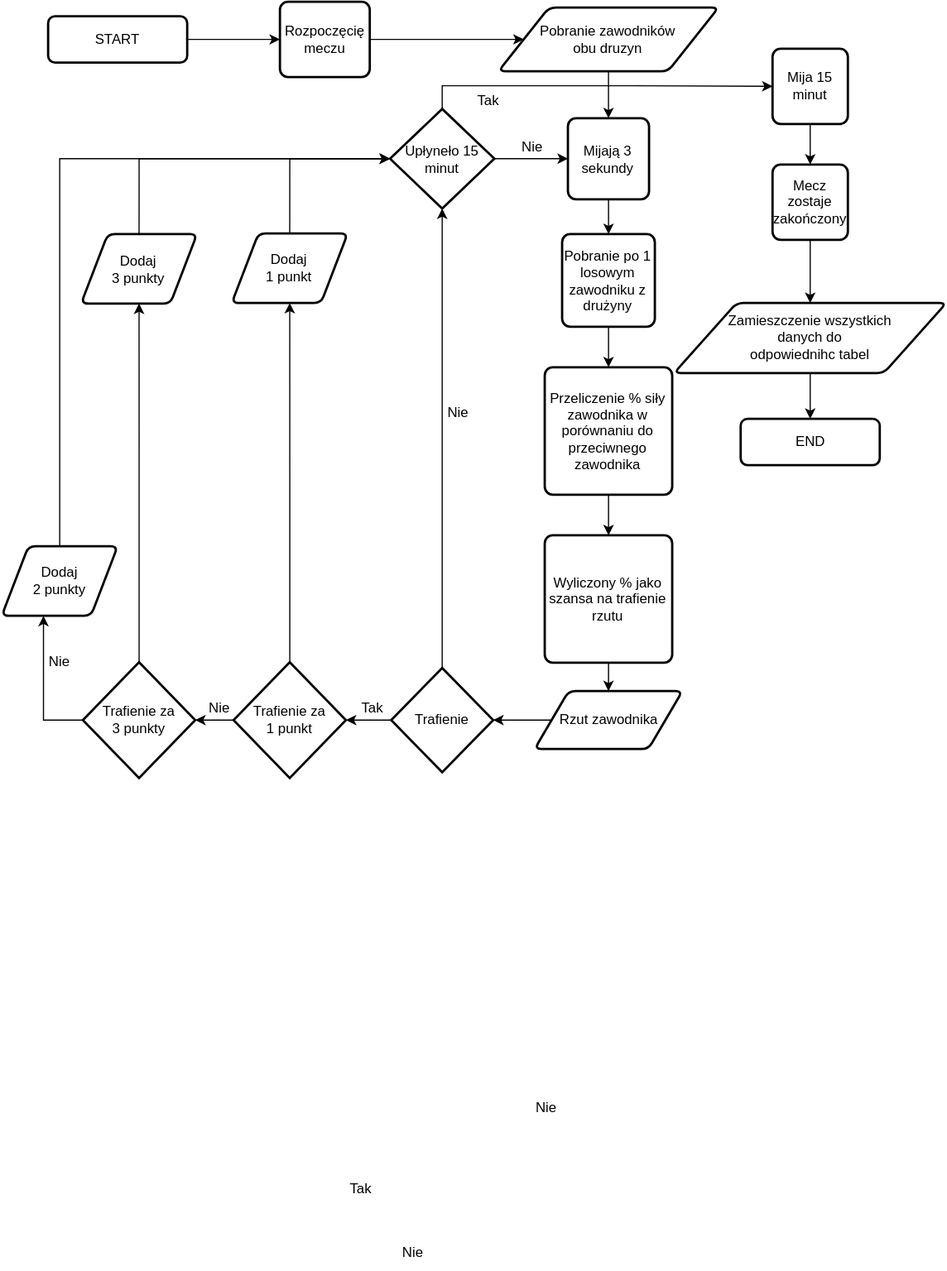
This is Match_Algorithm.svg from KrystianGaluszka/PracaDyplomowa, a draw.io export, as it was before one commit. Source tidied: cells renumbered, new cells last; positions are measured from the earlier drawing's top-left corner, leaving out a move shared by most shapes.
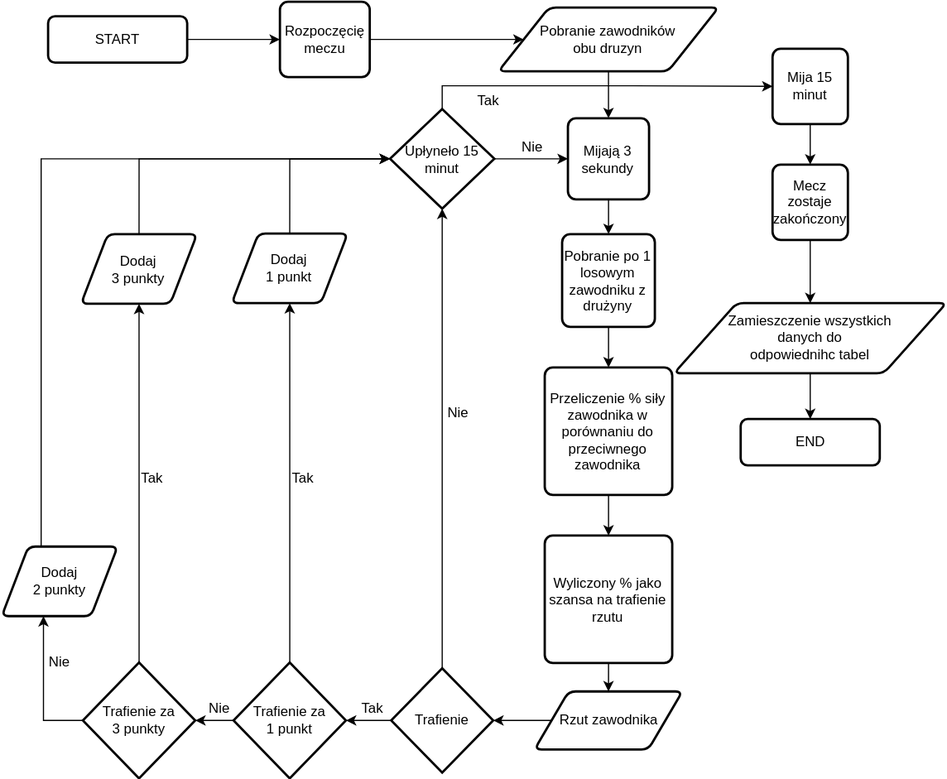
The same file after the commit.

Change to the diagram source:
```diff
@@ -98,12 +98,9 @@
       <mxGeometry x="198.5" y="200" width="100" height="60" as="geometry" />
     </mxCell>
     <mxCell id="33" value="Tak" style="text;html=1;strokeColor=none;fillColor=none;align=center;verticalAlign=middle;whiteSpace=wrap;rounded=0;" parent="1" vertex="1">
-      <mxGeometry x="280" y="1010" width="60" height="30" as="geometry" />
+      <mxGeometry x="230" y="395.5" width="60" height="30" as="geometry" />
     </mxCell>
-    <mxCell id="34" value="Nie" style="text;html=1;strokeColor=none;fillColor=none;align=center;verticalAlign=middle;whiteSpace=wrap;rounded=0;" parent="1" vertex="1">
-      <mxGeometry x="440" y="940" width="60" height="30" as="geometry" />
-    </mxCell>
-    <mxCell id="35" style="edgeStyle=orthogonalEdgeStyle;rounded=0;jettySize=auto;html=1;entryX=0;entryY=0.5;entryDx=0;entryDy=0;exitX=0.5;exitY=0;exitDx=0;exitDy=0;" parent="1" edge="1" source="36" target="47">
+    <mxCell id="35" style="edgeStyle=orthogonalEdgeStyle;rounded=0;jettySize=auto;html=1;entryX=0;entryY=0.5;entryDx=0;entryDy=0;exitX=0.34;exitY=0.017;exitDx=0;exitDy=0;exitPerimeter=0;" parent="1" edge="1" source="36" target="47">
       <mxGeometry relative="1" as="geometry" />
     </mxCell>
     <mxCell id="36" value="Dodaj &lt;br&gt;2 punkty" style="shape=parallelogram;html=1;strokeWidth=2;perimeter=parallelogramPerimeter;whiteSpace=wrap;rounded=1;arcSize=12;size=0.23;" parent="1" vertex="1">
@@ -115,9 +112,6 @@
     <mxCell id="38" value="Dodaj &lt;br&gt;3 punkty" style="shape=parallelogram;html=1;strokeWidth=2;perimeter=parallelogramPerimeter;whiteSpace=wrap;rounded=1;arcSize=12;size=0.23;" parent="1" vertex="1">
       <mxGeometry x="68.5" y="200.5" width="100" height="60" as="geometry" />
     </mxCell>
-    <mxCell id="39" value="Nie" style="text;html=1;strokeColor=none;fillColor=none;align=center;verticalAlign=middle;whiteSpace=wrap;rounded=0;" parent="1" vertex="1">
-      <mxGeometry x="325" y="1065" width="60" height="30" as="geometry" />
-    </mxCell>
     <mxCell id="40" value="END" style="rounded=1;whiteSpace=wrap;html=1;fontSize=12;glass=0;strokeWidth=2;shadow=0;" parent="1" vertex="1">
       <mxGeometry x="637.5" y="360" width="120" height="40" as="geometry" />
     </mxCell>
@@ -154,5 +148,8 @@
     <mxCell id="51" value="Nie" style="text;html=1;strokeColor=none;fillColor=none;align=center;verticalAlign=middle;whiteSpace=wrap;rounded=0;" parent="1" vertex="1">
       <mxGeometry x="20" y="555" width="60" height="30" as="geometry" />
     </mxCell>
+    <mxCell id="52" value="Tak" style="text;html=1;strokeColor=none;fillColor=none;align=center;verticalAlign=middle;whiteSpace=wrap;rounded=0;" parent="1" vertex="1">
+      <mxGeometry x="100" y="395.5" width="60" height="30" as="geometry" />
+    </mxCell>
   </root>
 </mxGraphModel>
```
